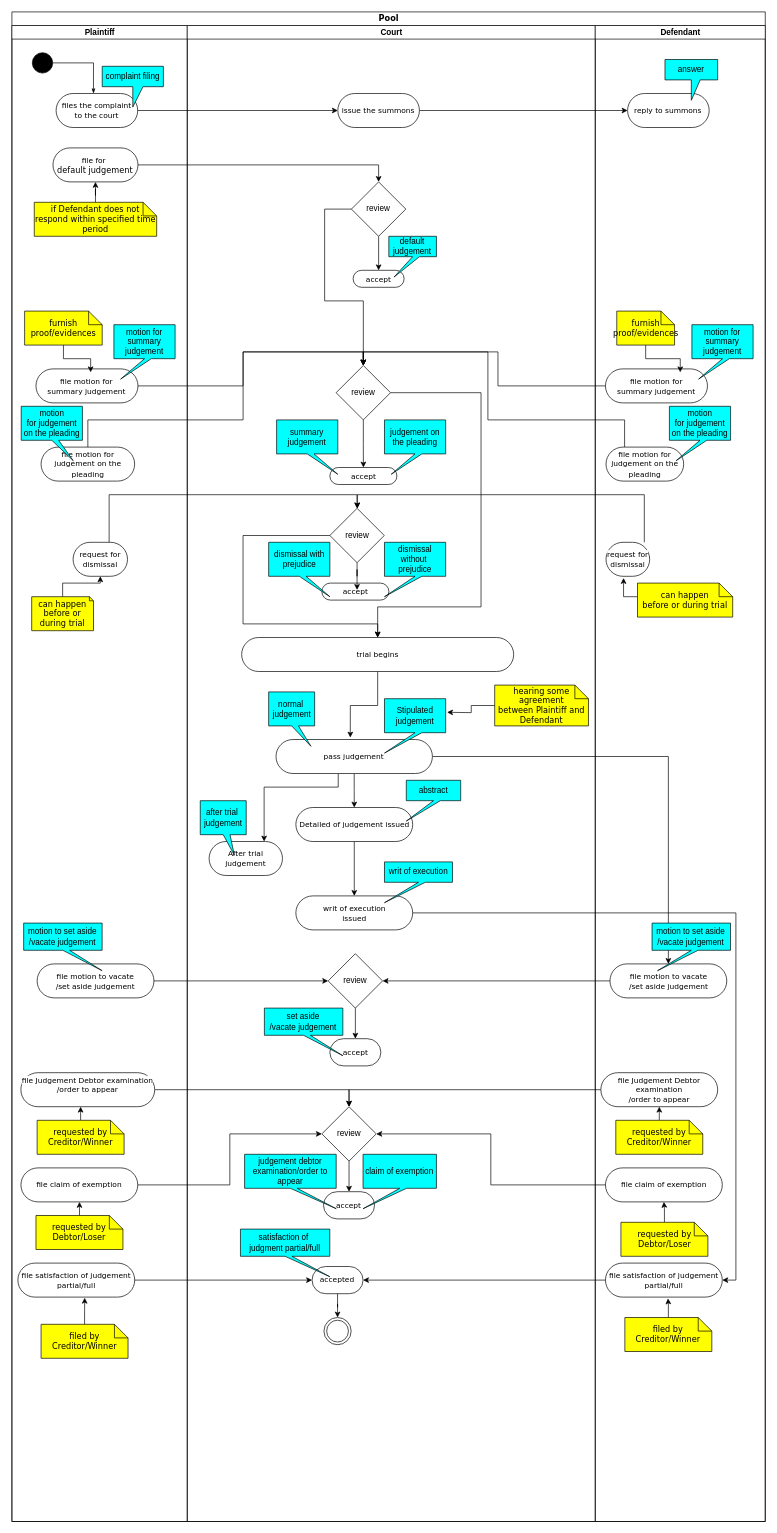
Above: Untitled Diagram.drawio in mohanshenoy/test-repository-1 (draw.io), before the change. Source tidied: cells renumbered, new cells numbered last; positions are measured from the earlier drawing's top-left corner, leaving out a move shared by most shapes. Both pictures are drawn from the tidied source at 68%, with x=0, y=0 at pixel (12, 12).
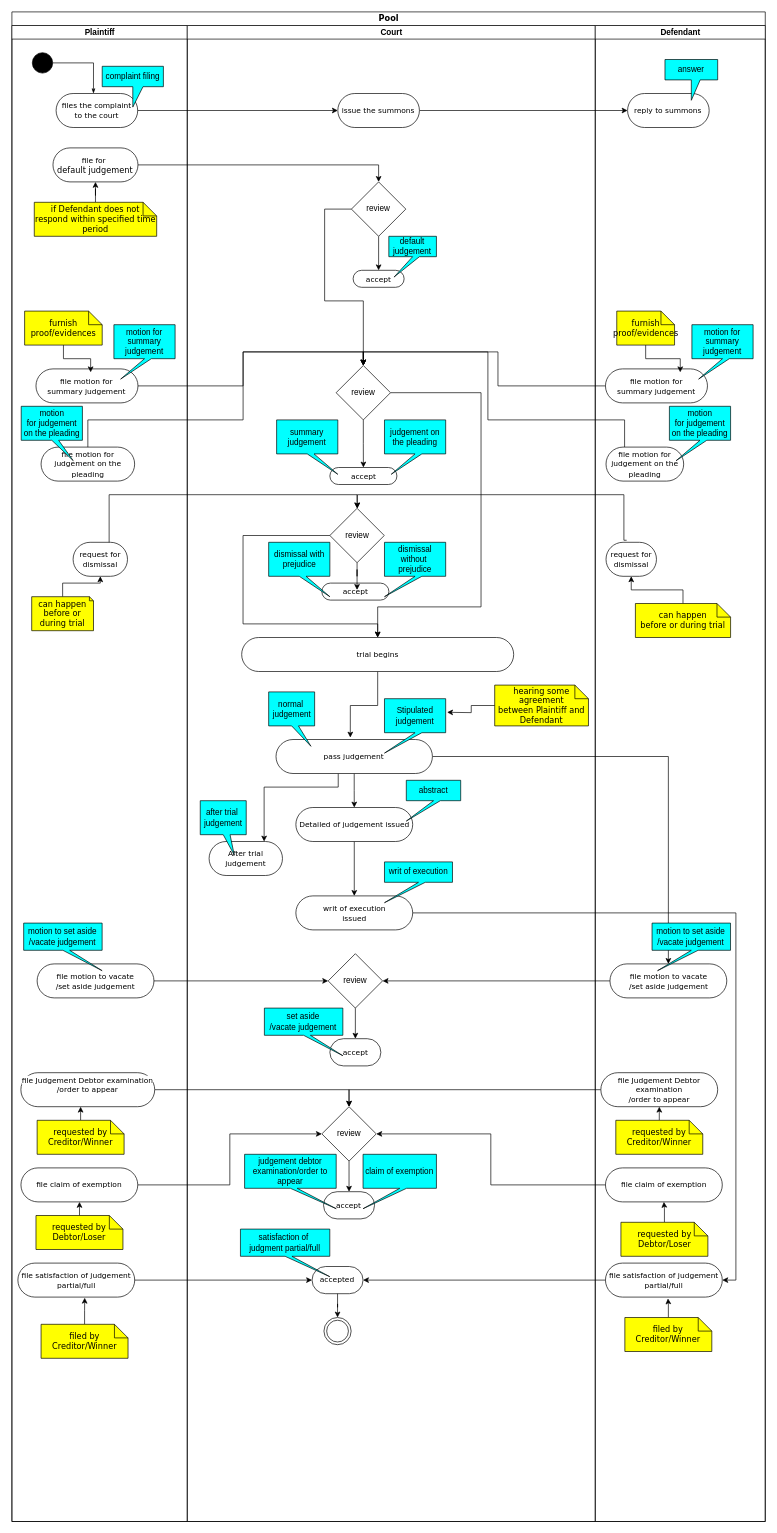
Above is the later version.

The change refers to these unchanged cells:
```xml
<mxCell id="2" value="Pool" style="swimlane;html=1;startSize=20;rounded=0;shadow=0;comic=0;labelBackgroundColor=none;strokeWidth=1;fontFamily=Verdana;fontSize=12;align=center;" parent="1" vertex="1">
  <mxGeometry width="1107.9" height="2220" as="geometry" />
</mxCell>
<mxCell id="90" value="review" style="rhombus;whiteSpace=wrap;html=1;fillColor=#FFFFFF;" parent="49" vertex="1">
  <mxGeometry x="209.7" y="710" width="80" height="80" as="geometry" />
</mxCell>
<mxCell id="96" value="Defendant" style="swimlane;html=1;startSize=20;" parent="2" vertex="1">
  <mxGeometry x="857.9" y="20" width="250" height="2200" as="geometry" />
</mxCell>
```

Change to the diagram source:
```diff
@@
-    <mxCell id="43" style="edgeStyle=orthogonalEdgeStyle;rounded=0;jettySize=auto;html=1;" parent="2" edge="1" source="117" target="90">
+    <mxCell id="43" style="edgeStyle=orthogonalEdgeStyle;rounded=0;jettySize=auto;html=1;exitX=0.409;exitY=-0.06;exitDx=0;exitDy=0;exitPerimeter=0;" parent="2" edge="1" source="117" target="90">
       <mxGeometry relative="1" as="geometry">
         <Array as="points">
-          <mxPoint x="930" y="710" />
+          <mxPoint x="900" y="710" />
           <mxPoint x="508" y="710" />
         </Array>
       </mxGeometry>
     </mxCell>
@@
-    <mxCell id="115" style="edgeStyle=orthogonalEdgeStyle;rounded=0;jettySize=auto;html=1;entryX=0.402;entryY=1.05;entryDx=0;entryDy=0;entryPerimeter=0;" parent="96" edge="1" source="116" target="117">
-      <mxGeometry relative="1" as="geometry">
-        <Array as="points">
-          <mxPoint x="42" y="840" />
-        </Array>
-      </mxGeometry>
+    <mxCell id="115" style="edgeStyle=orthogonalEdgeStyle;rounded=0;jettySize=auto;html=1;entryX=0.5;entryY=1;entryDx=0;entryDy=0;" parent="96" edge="1" source="116" target="117">
+      <mxGeometry relative="1" as="geometry" />
     </mxCell>
     <mxCell id="116" value="can happen &lt;br&gt;before or during trial" style="shape=note;whiteSpace=wrap;html=1;rounded=0;shadow=0;comic=0;labelBackgroundColor=none;strokeWidth=1;fontFamily=Verdana;fontSize=12;align=center;size=20;fillColor=#FFFF00;" parent="96" vertex="1">
-      <mxGeometry x="62.1" y="820" width="140" height="50" as="geometry" />
+      <mxGeometry x="59" y="850" width="140" height="50" as="geometry" />
     </mxCell>
     <mxCell id="117" value="&lt;span style=&quot;font-size: 11px; background-color: rgb(255, 255, 255);&quot;&gt;request for dismissal&lt;/span&gt;" style="rounded=1;whiteSpace=wrap;html=1;shadow=0;comic=0;labelBackgroundColor=none;strokeWidth=1;fontFamily=Verdana;fontSize=12;align=center;arcSize=50;" parent="96" vertex="1">
-      <mxGeometry x="15.8" y="760" width="64.2" height="50" as="geometry" />
+      <mxGeometry x="15.8" y="760" width="74.2" height="50" as="geometry" />
     </mxCell>
```
